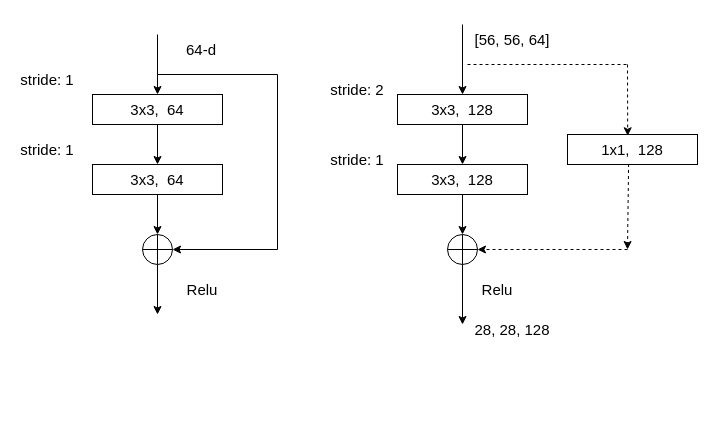
Before: 残差网络.drawio in PTRRT/basic_template, a draw.io diagram. Source tidied: cells renumbered, new cells numbered last; positions are measured from the earlier drawing's top-left corner, leaving out a move shared by most shapes. Both pictures are drawn from the tidied source at 100%, with x=0, y=0 at pixel (17, 24).
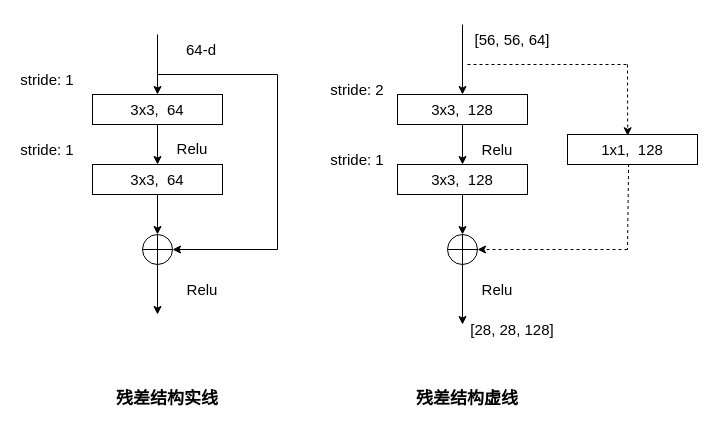
Above is the later version.

Commit message (it also covers changes not shown here):
更新残差网络.drawio

Unchanged cells that the change refers to:
```xml
<mxCell id="2" style="group;" parent="1" vertex="1">
  <mxGeometry y="10" width="260" height="280" as="geometry" />
</mxCell>
<mxCell id="28" value="&lt;font style=&quot;font-size: 15px&quot;&gt;1x1,&amp;nbsp; 128&lt;/font&gt;" style="rounded=0;whiteSpace=wrap;html=1;" parent="1" vertex="1">
  <mxGeometry x="550" y="110" width="130" height="30" as="geometry" />
</mxCell>
```

Change to the diagram source:
```diff
@@
+    <mxCell id="34" value="&lt;font style=&quot;font-size: 15px&quot;&gt;Relu&lt;/font&gt;" style="text;html=1;strokeColor=none;fillColor=none;align=center;verticalAlign=middle;whiteSpace=wrap;rounded=0;fontSize=17;" parent="2" vertex="1">
+      <mxGeometry x="145" y="100" width="60" height="30" as="geometry" />
+    </mxCell>
@@
-    <mxCell id="30" style="endArrow=classic;html=1;rounded=0;dashed=1;fontSize=15;exitX=0.47;exitY=0.983;exitDx=0;exitDy=0;exitPerimeter=0;" parent="1" edge="1" source="28">
+    <mxCell id="30" style="endArrow=none;html=1;rounded=0;dashed=1;fontSize=15;exitX=0.47;exitY=0.983;exitDx=0;exitDy=0;exitPerimeter=0;endFill=0;" parent="1" edge="1" source="28">
       <mxGeometry relative="1" as="geometry">
         <mxPoint x="610" y="225" as="targetPoint" />
       </mxGeometry>
     </mxCell>
@@
-    <mxCell id="32" value="28, 28, 128" style="text;html=1;strokeColor=none;fillColor=none;align=center;verticalAlign=middle;whiteSpace=wrap;rounded=0;fontSize=15;" parent="1" vertex="1">
+    <mxCell id="32" value="[28, 28, 128]" style="text;html=1;strokeColor=none;fillColor=none;align=center;verticalAlign=middle;whiteSpace=wrap;rounded=0;fontSize=15;" parent="1" vertex="1">
       <mxGeometry x="450" y="290" width="90" height="30" as="geometry" />
     </mxCell>
@@
+    <mxCell id="35" value="&lt;b&gt;&lt;font style=&quot;font-size: 17px&quot;&gt;残差结构实线&lt;/font&gt;&lt;/b&gt;" style="text;html=1;strokeColor=none;fillColor=none;align=center;verticalAlign=middle;whiteSpace=wrap;rounded=0;fontSize=15;" parent="1" vertex="1">
+      <mxGeometry x="90" y="360" width="120" height="30" as="geometry" />
+    </mxCell>
+    <mxCell id="36" value="&lt;b&gt;&lt;font style=&quot;font-size: 17px&quot;&gt;残差结构虚线&lt;/font&gt;&lt;/b&gt;" style="text;html=1;strokeColor=none;fillColor=none;align=center;verticalAlign=middle;whiteSpace=wrap;rounded=0;fontSize=15;" parent="1" vertex="1">
+      <mxGeometry x="390" y="360" width="120" height="30" as="geometry" />
+    </mxCell>
+    <mxCell id="37" value="Relu" style="text;html=1;strokeColor=none;fillColor=none;align=center;verticalAlign=middle;whiteSpace=wrap;rounded=0;fontSize=15;" parent="1" vertex="1">
+      <mxGeometry x="450" y="110" width="60" height="30" as="geometry" />
+    </mxCell>
```
